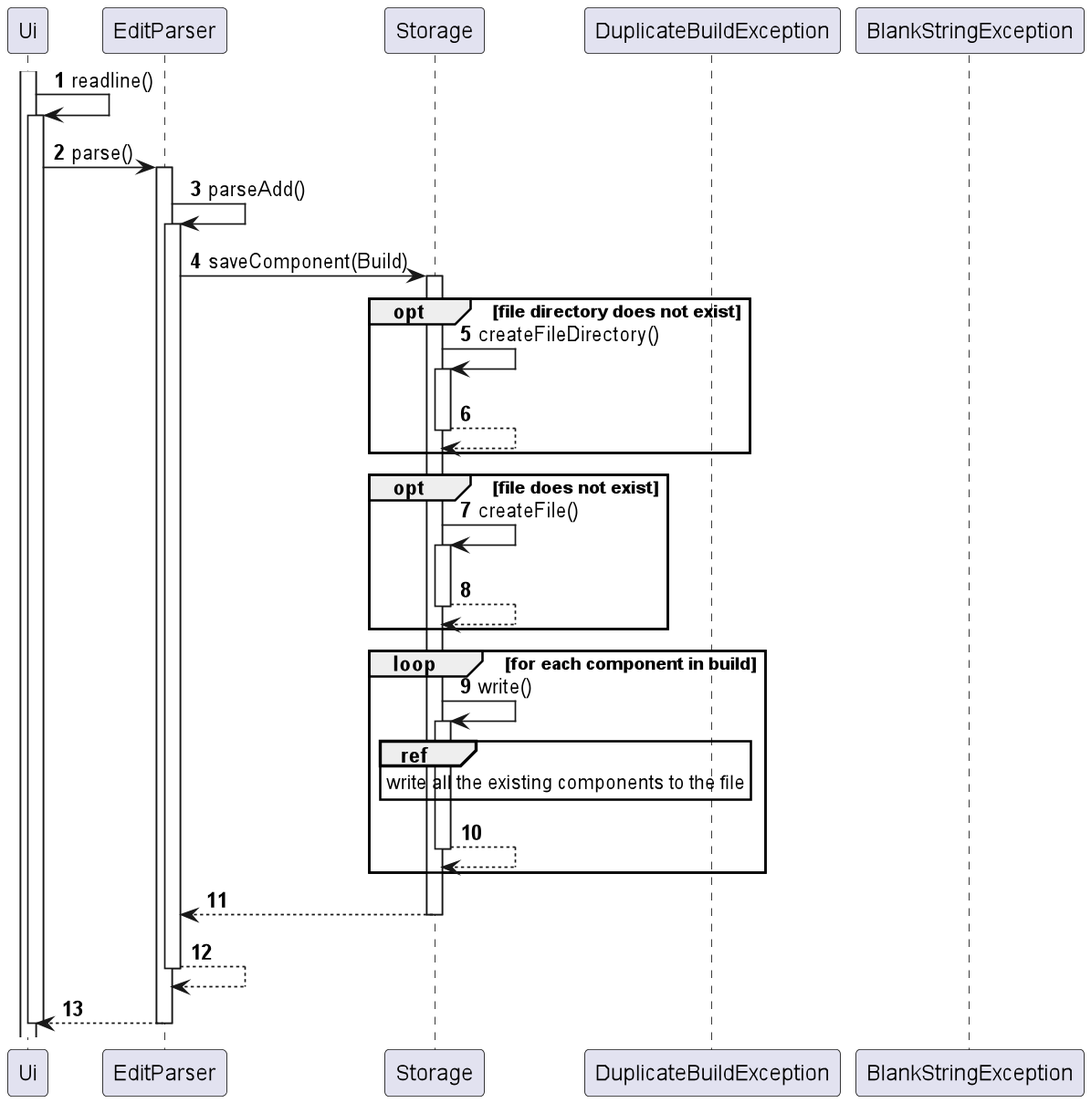
The PlantUML diagram docs/images/StorageSaveComponentSequence.png in nus-cs2113-AY2223S1/tp, before a commit. Its diagram source:
```plantuml
@startuml

autonumber

Participant "Ui" as Ui
Participant "EditParser" as EditParser
Participant "Storage" as Storage
Participant "DuplicateBuildException" as DuplicateBuildException
Participant "BlankStringException" as BlankStringException

activate Ui
Ui -> Ui: readline()
activate Ui
Ui -> EditParser: parse()
activate EditParser
EditParser -> EditParser : parseAdd()
activate EditParser
EditParser -> Storage: saveComponent(Build)
activate Storage
opt file directory does not exist
        Storage -> Storage: createFileDirectory()
        activate Storage
        return
end
opt file does not exist
        Storage -> Storage: createFile()
        activate Storage
        return
end
loop for each component in build
    Storage -> Storage: write()
    activate Storage
    ref over Storage
        write all the existing components to the file
    end
    return
end
return
return
return

deactivate Ui

@enduml
```
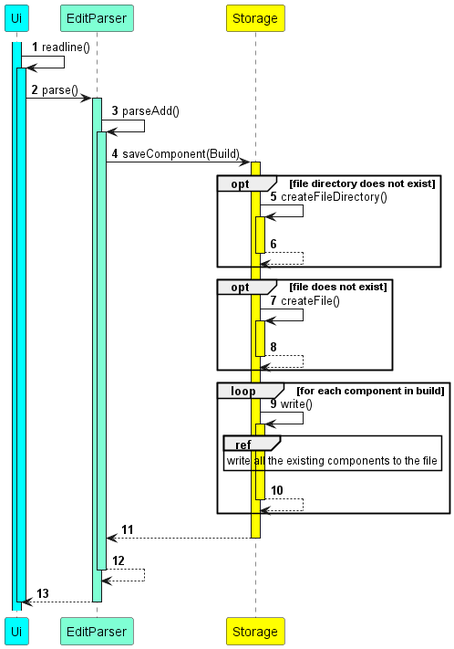
After the commit.

Diff of the diagram source:
```diff
@@ -2,34 +2,33 @@
 
 autonumber
 
-Participant "Ui" as Ui
-Participant "EditParser" as EditParser
-Participant "Storage" as Storage
-Participant "DuplicateBuildException" as DuplicateBuildException
-Participant "BlankStringException" as BlankStringException
+Participant "Ui" as Ui #Aqua
+Participant "EditParser" as EditParser #AquaMarine
+Participant "Storage" as Storage #Yellow
 
-activate Ui
+
+activate Ui #Aqua
 Ui -> Ui: readline()
-activate Ui
+activate Ui #Aqua
 Ui -> EditParser: parse()
-activate EditParser
+activate EditParser #AquaMarine
 EditParser -> EditParser : parseAdd()
-activate EditParser
+activate EditParser #AquaMarine
 EditParser -> Storage: saveComponent(Build)
-activate Storage
+activate Storage #Yellow
 opt file directory does not exist
         Storage -> Storage: createFileDirectory()
-        activate Storage
+        activate Storage #Yellow
         return
 end
 opt file does not exist
         Storage -> Storage: createFile()
-        activate Storage
+        activate Storage #Yellow
         return
 end
 loop for each component in build
     Storage -> Storage: write()
-    activate Storage
+    activate Storage #Yellow
     ref over Storage
         write all the existing components to the file
     end
```
